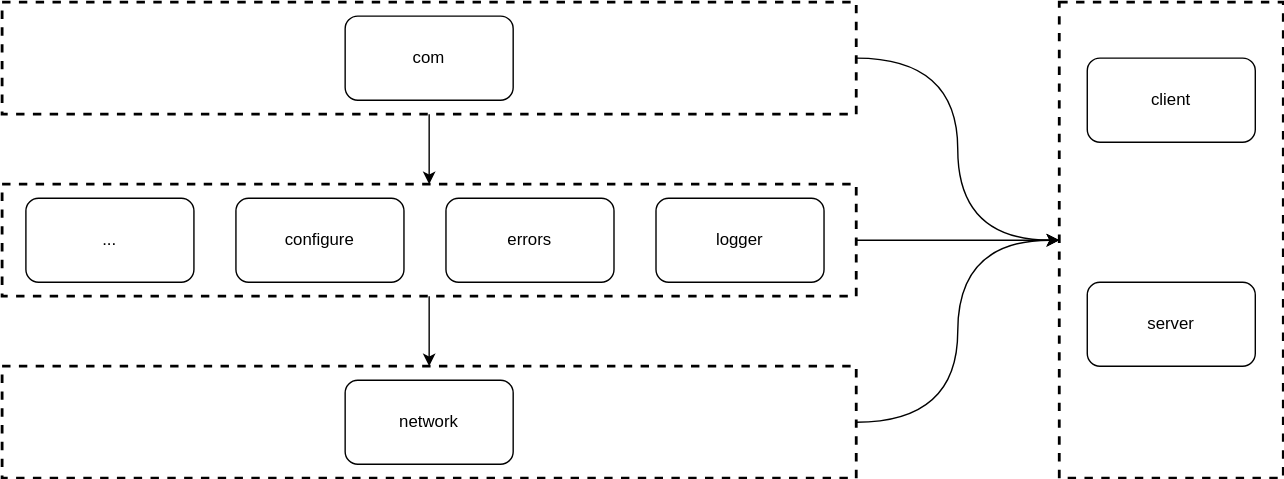
Earlier version of the draw.io export tc_项目文件结构.svg (c17abab/pics). Source tidied: cells renumbered, new cells last; positions are measured from the earlier drawing's top-left corner, leaving out a move shared by most shapes.
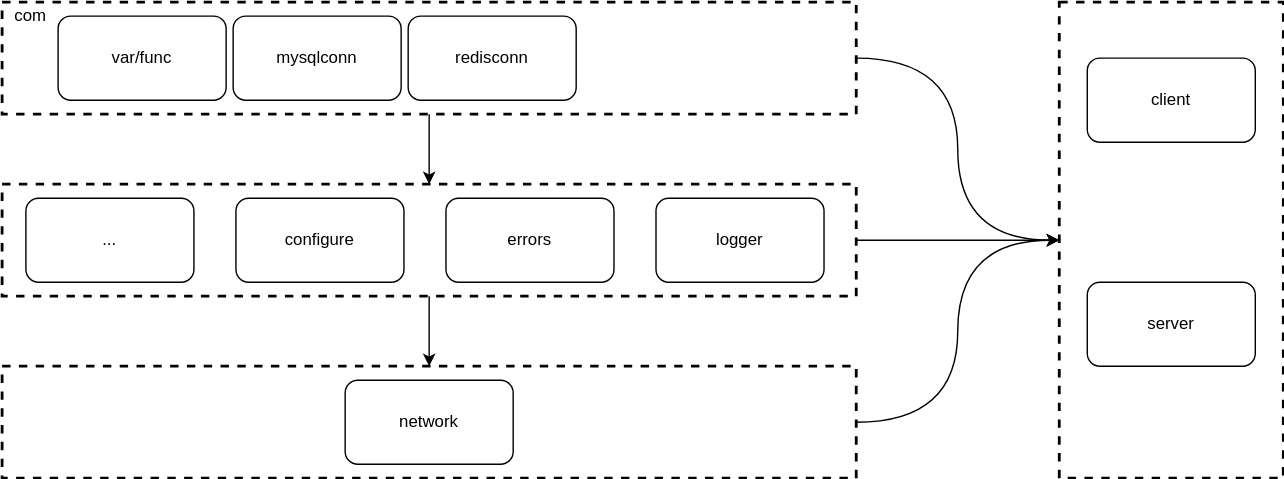
After the change.

Commit message:
更新tc_项目文件结构.svg

Diff of the diagram source:
```diff
@@ -2,6 +2,9 @@
   <root>
     <mxCell id="0" />
     <mxCell id="1" parent="0" />
+    <mxCell id="14" style="rounded=0;whiteSpace=wrap;html=1;fillColor=none;strokeWidth=2;dashed=1;" parent="1" vertex="1">
+      <mxGeometry width="610" height="80" as="geometry" />
+    </mxCell>
     <mxCell id="2" style="group;" parent="1" vertex="1">
       <mxGeometry y="130" width="610" height="80" as="geometry" />
     </mxCell>
@@ -32,15 +35,6 @@
     <mxCell id="11" style="edgeStyle=orthogonalEdgeStyle;curved=1;rounded=0;jettySize=auto;html=1;exitX=0.5;exitY=1;exitDx=0;exitDy=0;entryX=0.5;entryY=0;entryDx=0;entryDy=0;" parent="1" edge="1" source="7" target="10">
       <mxGeometry relative="1" as="geometry" />
     </mxCell>
-    <mxCell id="12" style="group;" parent="1" vertex="1">
-      <mxGeometry width="610" height="80" as="geometry" />
-    </mxCell>
-    <mxCell id="13" value="com" style="rounded=1;whiteSpace=wrap;html=1;" parent="12" vertex="1">
-      <mxGeometry x="245" y="10" width="120" height="60" as="geometry" />
-    </mxCell>
-    <mxCell id="14" style="rounded=0;whiteSpace=wrap;html=1;fillColor=none;strokeWidth=2;dashed=1;" parent="12" vertex="1">
-      <mxGeometry width="610" height="80" as="geometry" />
-    </mxCell>
     <mxCell id="15" style="group;" parent="1" vertex="1">
       <mxGeometry x="755" width="160" height="340" as="geometry" />
     </mxCell>
@@ -67,5 +61,17 @@
     <mxCell id="22" style="edgeStyle=orthogonalEdgeStyle;curved=1;rounded=0;jettySize=auto;html=1;exitX=1;exitY=0.5;exitDx=0;exitDy=0;entryX=0;entryY=0.5;entryDx=0;entryDy=0;" parent="1" edge="1" source="10" target="16">
       <mxGeometry relative="1" as="geometry" />
     </mxCell>
+    <mxCell id="13" value="var/func" style="rounded=1;whiteSpace=wrap;html=1;" parent="1" vertex="1">
+      <mxGeometry x="40" y="10" width="120" height="60" as="geometry" />
+    </mxCell>
+    <mxCell id="23" value="com" style="text;html=1;align=center;verticalAlign=middle;fillColor=none;strokeColor=none;rounded=0;" parent="1" vertex="1">
+      <mxGeometry width="40" height="20" as="geometry" />
+    </mxCell>
+    <mxCell id="24" value="mysqlconn" style="rounded=1;whiteSpace=wrap;html=1;" parent="1" vertex="1">
+      <mxGeometry x="165" y="10" width="120" height="60" as="geometry" />
+    </mxCell>
+    <mxCell id="25" value="redisconn" style="rounded=1;whiteSpace=wrap;html=1;" parent="1" vertex="1">
+      <mxGeometry x="290" y="10" width="120" height="60" as="geometry" />
+    </mxCell>
   </root>
 </mxGraphModel>
```
